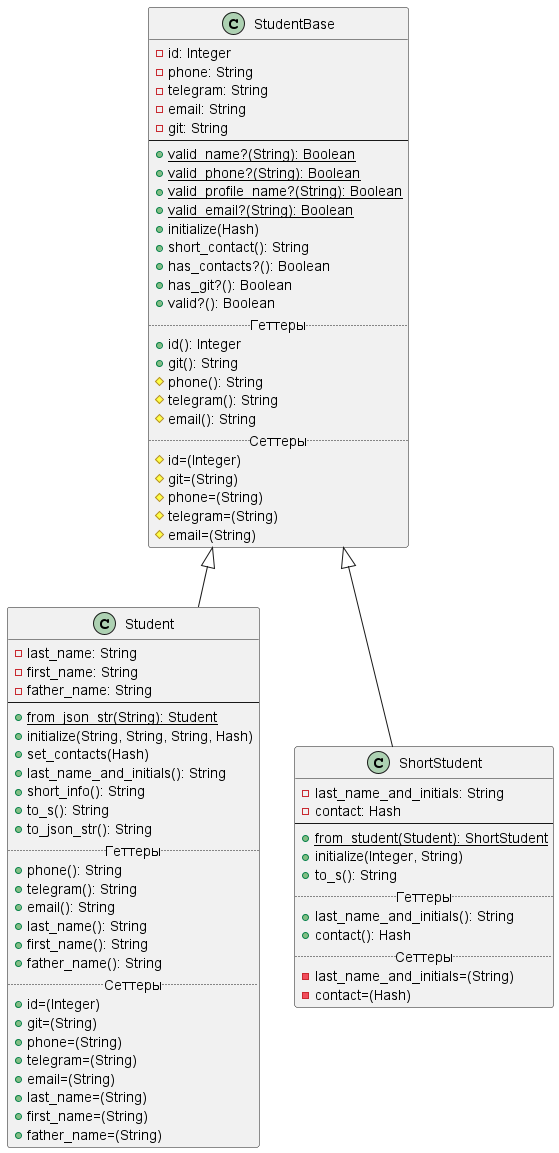
The PlantUML diagram Diagrams/lab2.png in r1411/PatternsLabs, before a commit.
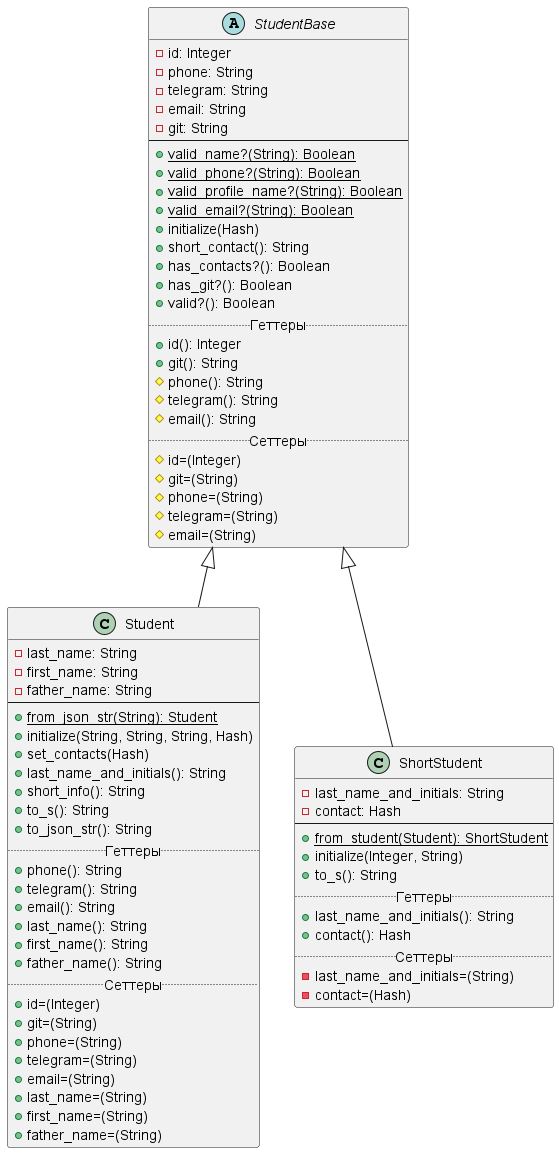
Later version of the same file.

Commit message:
Приватный new у StudentBase (теперь StudentBase "абстрактный")

Change to the diagram source:
```diff
@@ -1,6 +1,6 @@
 @startuml
 
-class StudentBase {
+abstract class StudentBase {
     -id: Integer
     -phone: String
     -telegram: String
```
